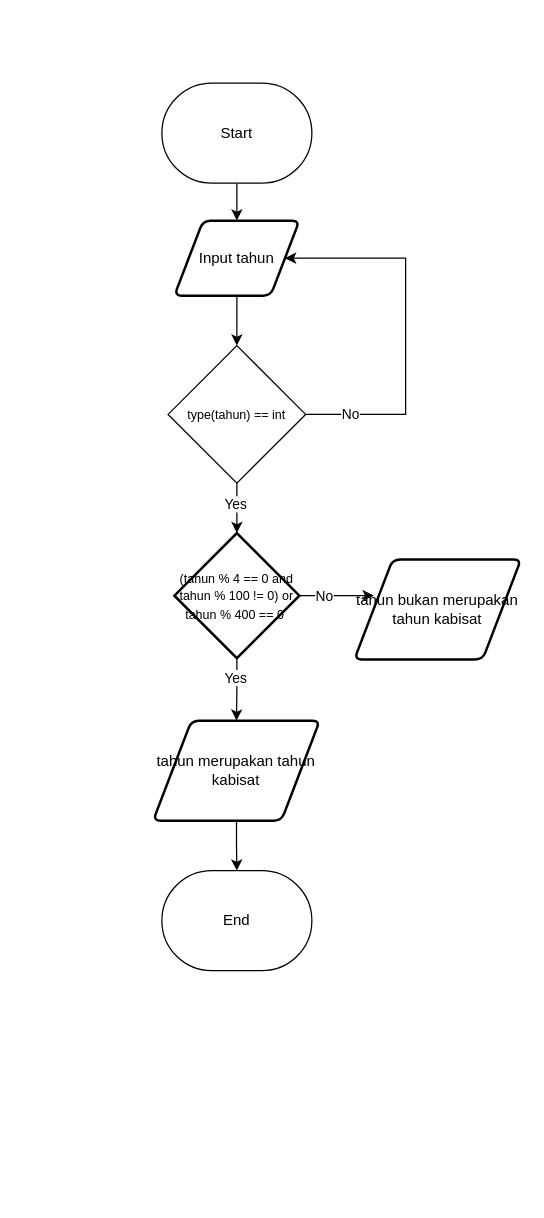
The draw.io diagram flowchart/flowchart_POSTTEST3.drawio in MatchaTi/apd, before the edit. Source tidied: cells renumbered, new cells numbered last; positions are measured from the earlier drawing's top-left corner, leaving out a move shared by most shapes. Both pictures are drawn from the tidied source at 125%, with x=0, y=0 at pixel (152, 82).
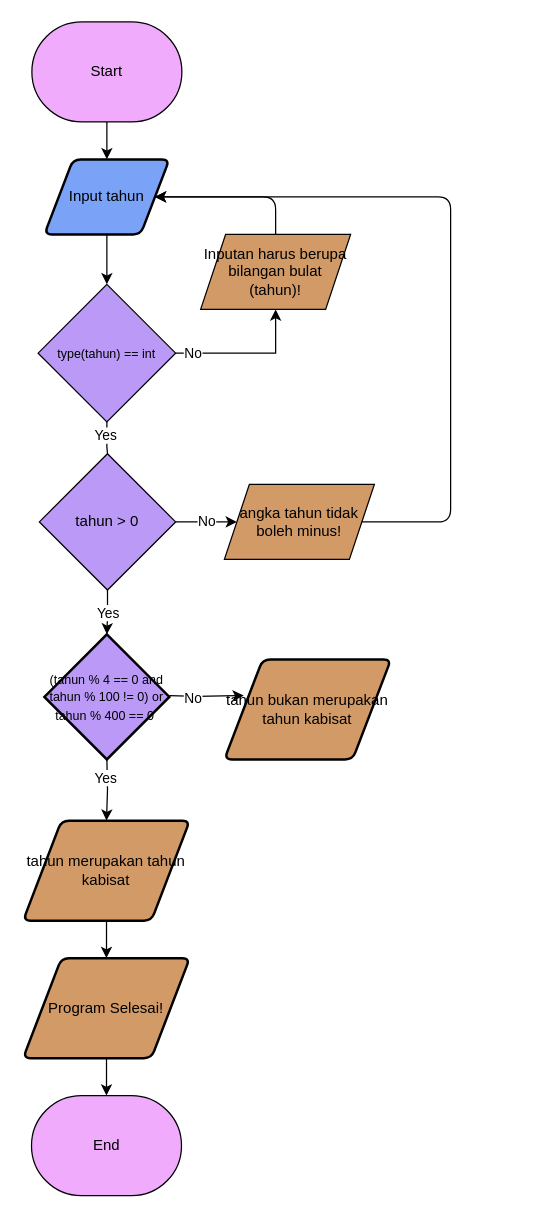
The same page after the edit.

Commit message:
chore : update posttest3 flowchart

Diff of the diagram source:
```diff
@@
-    <mxCell id="3" value="Start" style="whiteSpace=wrap;html=1;rounded=1;arcSize=50;" parent="1" vertex="1">
-      <mxGeometry x="7" width="120" height="80" as="geometry" />
+    <mxCell id="3" value="Start" style="whiteSpace=wrap;html=1;rounded=1;arcSize=50;fillColor=#f0abfc;" parent="1" vertex="1">
+      <mxGeometry x="-97" y="-49" width="120" height="80" as="geometry" />
     </mxCell>
-    <mxCell id="4" value="End" style="whiteSpace=wrap;html=1;rounded=1;arcSize=50;" parent="1" vertex="1">
-      <mxGeometry x="7" y="630" width="120" height="80" as="geometry" />
+    <mxCell id="4" value="End" style="whiteSpace=wrap;html=1;rounded=1;arcSize=50;fillColor=#f0abfc;" parent="1" vertex="1">
+      <mxGeometry x="-97.3" y="810" width="120" height="80" as="geometry" />
     </mxCell>
@@
-    <mxCell id="6" value="Input tahun" style="shape=parallelogram;html=1;strokeWidth=2;perimeter=parallelogramPerimeter;whiteSpace=wrap;rounded=1;arcSize=12;size=0.23;" parent="1" vertex="1">
-      <mxGeometry x="17" y="110" width="100" height="60" as="geometry" />
+    <mxCell id="6" value="Input tahun" style="shape=parallelogram;html=1;strokeWidth=2;perimeter=parallelogramPerimeter;whiteSpace=wrap;rounded=1;arcSize=12;size=0.23;fillColor=#7aa2f7;" parent="1" vertex="1">
+      <mxGeometry x="-87" y="61" width="100" height="60" as="geometry" />
     </mxCell>
-    <mxCell id="7" style="edgeStyle=orthogonalEdgeStyle;rounded=0;jettySize=auto;html=1;entryX=0.5;entryY=0;entryDx=0;entryDy=0;entryPerimeter=0;" parent="1" edge="1" source="11" target="14">
+    <mxCell id="7" value="Yes" style="edgeStyle=orthogonalEdgeStyle;rounded=0;jettySize=auto;html=1;entryX=0.5;entryY=0;entryDx=0;entryDy=0;entryPerimeter=0;startArrow=none;" parent="1" edge="1" source="22" target="14">
       <mxGeometry relative="1" as="geometry" />
     </mxCell>
-    <mxCell id="8" value="Yes" style="edgeLabel;html=1;align=center;verticalAlign=middle;" parent="7" vertex="1">
-      <mxGeometry x="-0.21" y="-2" relative="1" as="geometry" />
-    </mxCell>
-    <mxCell id="9" style="edgeStyle=orthogonalEdgeStyle;rounded=0;jettySize=auto;html=1;entryX=1;entryY=0.5;entryDx=0;entryDy=0;" parent="1" edge="1" source="11" target="6">
+    <mxCell id="9" style="edgeStyle=orthogonalEdgeStyle;rounded=0;jettySize=auto;html=1;entryX=0.5;entryY=1;entryDx=0;entryDy=0;" parent="1" edge="1" source="11" target="26">
       <mxGeometry relative="1" as="geometry">
         <Array as="points">
-          <mxPoint x="202" y="265" />
-          <mxPoint x="202" y="140" />
+          <mxPoint x="98" y="216" />
         </Array>
       </mxGeometry>
     </mxCell>
@@
-    <mxCell id="11" value="&lt;span style=&quot;font-size: 10px;&quot;&gt;type(tahun) == int&lt;/span&gt;" style="rhombus;whiteSpace=wrap;html=1;" parent="1" vertex="1">
-      <mxGeometry x="12" y="210" width="110" height="110" as="geometry" />
+    <mxCell id="11" value="&lt;span style=&quot;font-size: 10px;&quot;&gt;type(tahun) == int&lt;/span&gt;" style="rhombus;whiteSpace=wrap;html=1;fillColor=#bb9af7;" parent="1" vertex="1">
+      <mxGeometry x="-92" y="161" width="110" height="110" as="geometry" />
     </mxCell>
-    <mxCell id="12" style="edgeStyle=orthogonalEdgeStyle;rounded=0;jettySize=auto;html=1;" parent="1" edge="1" source="14" target="19">
-      <mxGeometry relative="1" as="geometry" />
+    <mxCell id="12" style="edgeStyle=orthogonalEdgeStyle;rounded=0;jettySize=auto;html=1;" parent="1" edge="1" target="19">
+      <mxGeometry relative="1" as="geometry">
+        <mxPoint x="-37" y="540" as="sourcePoint" />
+      </mxGeometry>
     </mxCell>
@@
-    <mxCell id="14" value="&lt;font style=&quot;font-size: 10px;&quot;&gt;(tahun % 4 == 0 and tahun % 100 != 0) or tahun % 400 == 0&amp;nbsp;&lt;/font&gt;" style="strokeWidth=2;html=1;shape=mxgraph.flowchart.decision;whiteSpace=wrap;" parent="1" vertex="1">
-      <mxGeometry x="17" y="360" width="100" height="100" as="geometry" />
+    <mxCell id="14" value="&lt;font style=&quot;font-size: 10px;&quot;&gt;(tahun % 4 == 0 and tahun % 100 != 0) or tahun % 400 == 0&amp;nbsp;&lt;/font&gt;" style="strokeWidth=2;html=1;shape=mxgraph.flowchart.decision;whiteSpace=wrap;fillColor=#bb9af7;" parent="1" vertex="1">
+      <mxGeometry x="-87" y="441" width="100" height="100" as="geometry" />
     </mxCell>
-    <mxCell id="15" value="tahun bukan merupakan tahun kabisat" style="shape=parallelogram;html=1;strokeWidth=2;perimeter=parallelogramPerimeter;whiteSpace=wrap;rounded=1;arcSize=12;size=0.23;" parent="1" vertex="1">
-      <mxGeometry x="161" y="381" width="133.3" height="80" as="geometry" />
+    <mxCell id="15" value="tahun bukan merupakan tahun kabisat" style="shape=parallelogram;html=1;strokeWidth=2;perimeter=parallelogramPerimeter;whiteSpace=wrap;rounded=1;arcSize=12;size=0.23;fillColor=#d19a66;" parent="1" vertex="1">
+      <mxGeometry x="57" y="461" width="133.3" height="80" as="geometry" />
     </mxCell>
-    <mxCell id="16" style="edgeStyle=orthogonalEdgeStyle;rounded=0;jettySize=auto;html=1;entryX=0.116;entryY=0.362;entryDx=0;entryDy=0;entryPerimeter=0;" parent="1" edge="1" source="14" target="15">
-      <mxGeometry relative="1" as="geometry" />
+    <mxCell id="16" style="edgeStyle=orthogonalEdgeStyle;rounded=0;jettySize=auto;html=1;entryX=0.116;entryY=0.362;entryDx=0;entryDy=0;entryPerimeter=0;" parent="1" edge="1" target="15">
+      <mxGeometry relative="1" as="geometry">
+        <mxPoint x="13" y="490" as="sourcePoint" />
+      </mxGeometry>
     </mxCell>
@@
-    <mxCell id="18" style="edgeStyle=orthogonalEdgeStyle;rounded=0;jettySize=auto;html=1;" parent="1" edge="1" source="19" target="4">
+    <mxCell id="18" style="edgeStyle=orthogonalEdgeStyle;rounded=0;jettySize=auto;html=1;entryX=0.5;entryY=0;entryDx=0;entryDy=0;" parent="1" edge="1" source="19" target="28">
       <mxGeometry relative="1" as="geometry" />
     </mxCell>
-    <mxCell id="19" value="tahun merupakan tahun kabisat" style="shape=parallelogram;html=1;strokeWidth=2;perimeter=parallelogramPerimeter;whiteSpace=wrap;rounded=1;arcSize=12;size=0.23;" parent="1" vertex="1">
-      <mxGeometry y="510" width="133.3" height="80" as="geometry" />
+    <mxCell id="19" value="tahun merupakan tahun kabisat" style="shape=parallelogram;html=1;strokeWidth=2;perimeter=parallelogramPerimeter;whiteSpace=wrap;rounded=1;arcSize=12;size=0.23;fillColor=#d19a66;" parent="1" vertex="1">
+      <mxGeometry x="-104" y="590" width="133.3" height="80" as="geometry" />
     </mxCell>
+    <mxCell id="20" style="edgeStyle=orthogonalEdgeStyle;rounded=0;jettySize=auto;html=1;entryX=0.5;entryY=0;entryDx=0;entryDy=0;entryPerimeter=0;endArrow=none;" parent="1" edge="1" source="11" target="22">
+      <mxGeometry relative="1" as="geometry" />
+    </mxCell>
+    <mxCell id="8" value="Yes" style="edgeLabel;html=1;align=center;verticalAlign=middle;" parent="20" vertex="1">
+      <mxGeometry x="-0.21" y="-2" relative="1" as="geometry" />
+    </mxCell>
+    <mxCell id="21" value="No" style="edgeStyle=none;html=1;entryX=0;entryY=0.5;entryDx=0;entryDy=0;" parent="1" edge="1" source="22" target="24">
+      <mxGeometry relative="1" as="geometry" />
+    </mxCell>
+    <mxCell id="22" value="tahun &amp;gt; 0" style="rhombus;whiteSpace=wrap;html=1;fillColor=#bb9af7;" parent="1" vertex="1">
+      <mxGeometry x="-91" y="296.5" width="109" height="109" as="geometry" />
+    </mxCell>
+    <mxCell id="23" style="edgeStyle=none;html=1;entryX=1;entryY=0.5;entryDx=0;entryDy=0;exitX=1;exitY=0.5;exitDx=0;exitDy=0;" parent="1" edge="1" source="24" target="6">
+      <mxGeometry relative="1" as="geometry">
+        <Array as="points">
+          <mxPoint x="238" y="351" />
+          <mxPoint x="238" y="211" />
+          <mxPoint x="238" y="91" />
+          <mxPoint x="118" y="91" />
+        </Array>
+      </mxGeometry>
+    </mxCell>
+    <mxCell id="24" value="angka tahun tidak boleh minus!" style="shape=parallelogram;perimeter=parallelogramPerimeter;whiteSpace=wrap;html=1;fixedSize=1;fillColor=#d19a66;" parent="1" vertex="1">
+      <mxGeometry x="57" y="321" width="120" height="60" as="geometry" />
+    </mxCell>
+    <mxCell id="25" style="edgeStyle=none;html=1;entryX=1;entryY=0.5;entryDx=0;entryDy=0;" parent="1" edge="1" source="26" target="6">
+      <mxGeometry relative="1" as="geometry">
+        <Array as="points">
+          <mxPoint x="98" y="91" />
+        </Array>
+      </mxGeometry>
+    </mxCell>
+    <mxCell id="26" value="Inputan harus berupa bilangan bulat (tahun)!" style="shape=parallelogram;perimeter=parallelogramPerimeter;whiteSpace=wrap;html=1;fixedSize=1;fillColor=#d19a66;" parent="1" vertex="1">
+      <mxGeometry x="38" y="121" width="120" height="60" as="geometry" />
+    </mxCell>
+    <mxCell id="27" style="edgeStyle=none;html=1;entryX=0.5;entryY=0;entryDx=0;entryDy=0;" parent="1" edge="1" source="28" target="4">
+      <mxGeometry relative="1" as="geometry" />
+    </mxCell>
+    <mxCell id="28" value="Program Selesai!" style="shape=parallelogram;html=1;strokeWidth=2;perimeter=parallelogramPerimeter;whiteSpace=wrap;rounded=1;arcSize=12;size=0.23;fillColor=#d19a66;" parent="1" vertex="1">
+      <mxGeometry x="-104" y="700" width="133.3" height="80" as="geometry" />
+    </mxCell>
```
